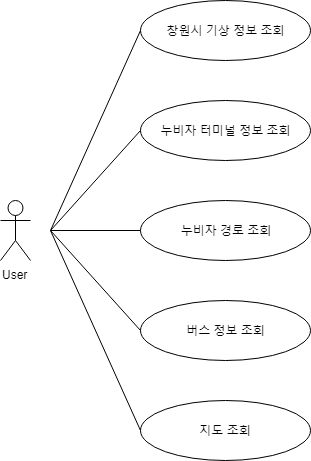
This is 2nd_homework/usecase_diagram/usecase_diagram.png from chisacam/CWNU19SE_2B, a draw.io export, as it was before one commit. Source tidied: cells renumbered, new cells last; positions are measured from the earlier drawing's top-left corner, leaving out a move shared by most shapes.
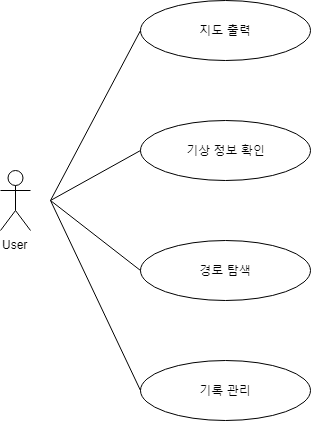
The same file after the commit.

Commit message:
update usecase diagram

The edit, as a diff of the source:
```diff
@@ -5,20 +5,17 @@
     <mxCell id="2" value="User" style="shape=umlActor;verticalLabelPosition=bottom;labelBackgroundColor=#ffffff;verticalAlign=top;html=1;fontFamily=Helvetica;fontStyle=0;" parent="1" vertex="1">
       <mxGeometry y="200" width="30" height="60" as="geometry" />
     </mxCell>
-    <mxCell id="3" value="누비자 경로 조회" style="ellipse;whiteSpace=wrap;html=1;fontFamily=Helvetica;" parent="1" vertex="1">
-      <mxGeometry x="140" y="200" width="170" height="60" as="geometry" />
-    </mxCell>
-    <mxCell id="4" value="지도 조회" style="ellipse;whiteSpace=wrap;html=1;fontFamily=Helvetica;" parent="1" vertex="1">
-      <mxGeometry x="140" y="400" width="170" height="60" as="geometry" />
+    <mxCell id="4" value="기록 관리" style="ellipse;whiteSpace=wrap;html=1;fontFamily=Helvetica;" parent="1" vertex="1">
+      <mxGeometry x="140" y="390" width="170" height="60" as="geometry" />
     </mxCell>
-    <mxCell id="5" value="누비자 터미널 정보 조회" style="ellipse;whiteSpace=wrap;html=1;fontFamily=Helvetica;" parent="1" vertex="1">
-      <mxGeometry x="140" y="100" width="170" height="60" as="geometry" />
+    <mxCell id="5" value="기상 정보 확인" style="ellipse;whiteSpace=wrap;html=1;fontFamily=Helvetica;" parent="1" vertex="1">
+      <mxGeometry x="140" y="150" width="170" height="60" as="geometry" />
     </mxCell>
-    <mxCell id="6" value="버스 정보 조회" style="ellipse;whiteSpace=wrap;html=1;fontFamily=Helvetica;" parent="1" vertex="1">
-      <mxGeometry x="140" y="300" width="170" height="60" as="geometry" />
+    <mxCell id="6" value="경로 탐색" style="ellipse;whiteSpace=wrap;html=1;fontFamily=Helvetica;" parent="1" vertex="1">
+      <mxGeometry x="140" y="270" width="170" height="60" as="geometry" />
     </mxCell>
-    <mxCell id="7" value="창원시 기상 정보 조회" style="ellipse;whiteSpace=wrap;html=1;fontFamily=Helvetica;" parent="1" vertex="1">
-      <mxGeometry x="140" width="170" height="60" as="geometry" />
+    <mxCell id="7" value="지도 출력" style="ellipse;whiteSpace=wrap;html=1;fontFamily=Helvetica;" parent="1" vertex="1">
+      <mxGeometry x="140" y="30" width="170" height="60" as="geometry" />
     </mxCell>
     <mxCell id="8" style="endArrow=none;html=1;entryX=0;entryY=0.5;entryDx=0;entryDy=0;" parent="1" edge="1" target="4">
       <mxGeometry relative="1" as="geometry">
@@ -30,20 +27,14 @@
         <mxPoint x="50" y="230" as="sourcePoint" />
       </mxGeometry>
     </mxCell>
-    <mxCell id="10" style="endArrow=none;html=1;entryX=0;entryY=0.5;entryDx=0;entryDy=0;" parent="1" edge="1" target="3">
-      <mxGeometry relative="1" as="geometry">
-        <mxPoint x="50" y="230" as="sourcePoint" />
-      </mxGeometry>
-    </mxCell>
     <mxCell id="11" style="endArrow=none;html=1;entryX=0;entryY=0.5;entryDx=0;entryDy=0;" parent="1" edge="1" target="5">
       <mxGeometry relative="1" as="geometry">
         <mxPoint x="50" y="230" as="sourcePoint" />
       </mxGeometry>
     </mxCell>
-    <mxCell id="12" style="endArrow=none;html=1;" parent="1" edge="1">
+    <mxCell id="12" style="endArrow=none;html=1;entryX=0;entryY=0.5;entryDx=0;entryDy=0;" parent="1" edge="1" target="7">
       <mxGeometry relative="1" as="geometry">
         <mxPoint x="50" y="230" as="sourcePoint" />
-        <mxPoint x="140" y="30" as="targetPoint" />
       </mxGeometry>
     </mxCell>
   </root>
```
